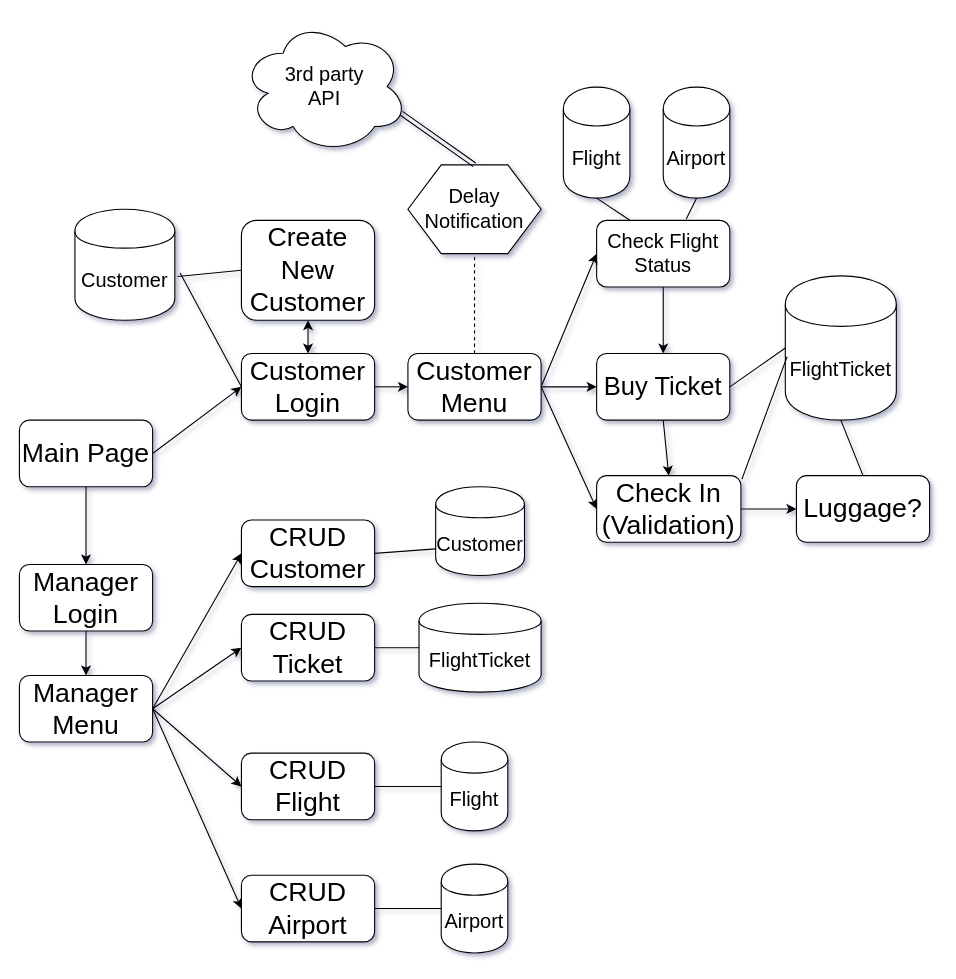
Above: SWTD.drawio in 1909-sep30-net/SWeenTeneD-Airline-project2 (draw.io), before the change. Source tidied: cells renumbered, new cells numbered last; positions are measured from the earlier drawing's top-left corner, leaving out a move shared by most shapes. Both pictures are drawn from the tidied source at 111%, with x=0, y=0 at pixel (19, 20).
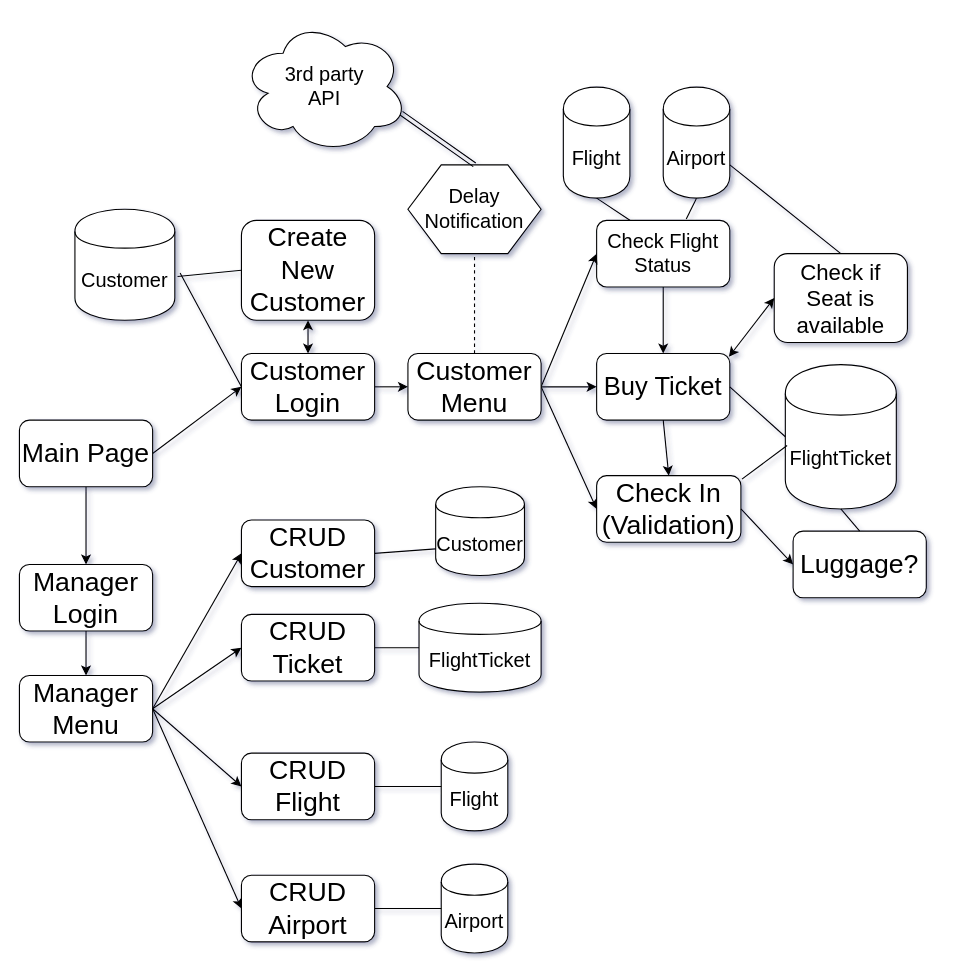
After the change.

The change refers to these unchanged cells:
```xml
<mxCell id="3" value="&lt;font style=&quot;font-size: 23px&quot;&gt;Buy Ticket&lt;/font&gt;" style="rounded=1;whiteSpace=wrap;html=1;" parent="1" vertex="1">
  <mxGeometry x="520" y="300" width="120" height="60" as="geometry" />
</mxCell>
<mxCell id="39" value="Airport" style="shape=cylinder;whiteSpace=wrap;html=1;boundedLbl=1;backgroundOutline=1;fontSize=18;" parent="1" vertex="1">
  <mxGeometry x="580" y="60" width="60" height="100" as="geometry" />
</mxCell>
```

Diff of the diagram source:
```diff
@@
     <mxCell id="10" value="&lt;font style=&quot;font-size: 24px&quot;&gt;Luggage?&lt;/font&gt;" style="rounded=1;whiteSpace=wrap;html=1;" parent="1" vertex="1">
-      <mxGeometry x="700" y="410" width="120" height="60" as="geometry" />
+      <mxGeometry x="697" y="460" width="120" height="60" as="geometry" />
     </mxCell>
@@
     <mxCell id="35" value="FlightTicket" style="shape=cylinder;whiteSpace=wrap;html=1;boundedLbl=1;backgroundOutline=1;fontSize=18;" parent="1" vertex="1">
-      <mxGeometry x="690" y="230" width="100" height="130" as="geometry" />
+      <mxGeometry x="690" y="310" width="100" height="130" as="geometry" />
     </mxCell>
@@
+    <mxCell id="54" value="&lt;font style=&quot;font-size: 20px&quot;&gt;Check if Seat is available&lt;/font&gt;" style="rounded=1;whiteSpace=wrap;html=1;" parent="1" vertex="1">
+      <mxGeometry x="680" y="210" width="120" height="80" as="geometry" />
+    </mxCell>
+    <mxCell id="55" style="endArrow=classic;startArrow=classic;html=1;entryX=0;entryY=0.5;entryDx=0;entryDy=0;exitX=0.993;exitY=0.05;exitDx=0;exitDy=0;exitPerimeter=0;" parent="1" edge="1" source="3" target="54">
+      <mxGeometry relative="1" as="geometry" />
+    </mxCell>
+    <mxCell id="56" style="endArrow=none;html=1;entryX=0.5;entryY=0;entryDx=0;entryDy=0;exitX=1;exitY=0.7;exitDx=0;exitDy=0;" parent="1" edge="1" source="39" target="54">
+      <mxGeometry relative="1" as="geometry" />
+    </mxCell>
```
